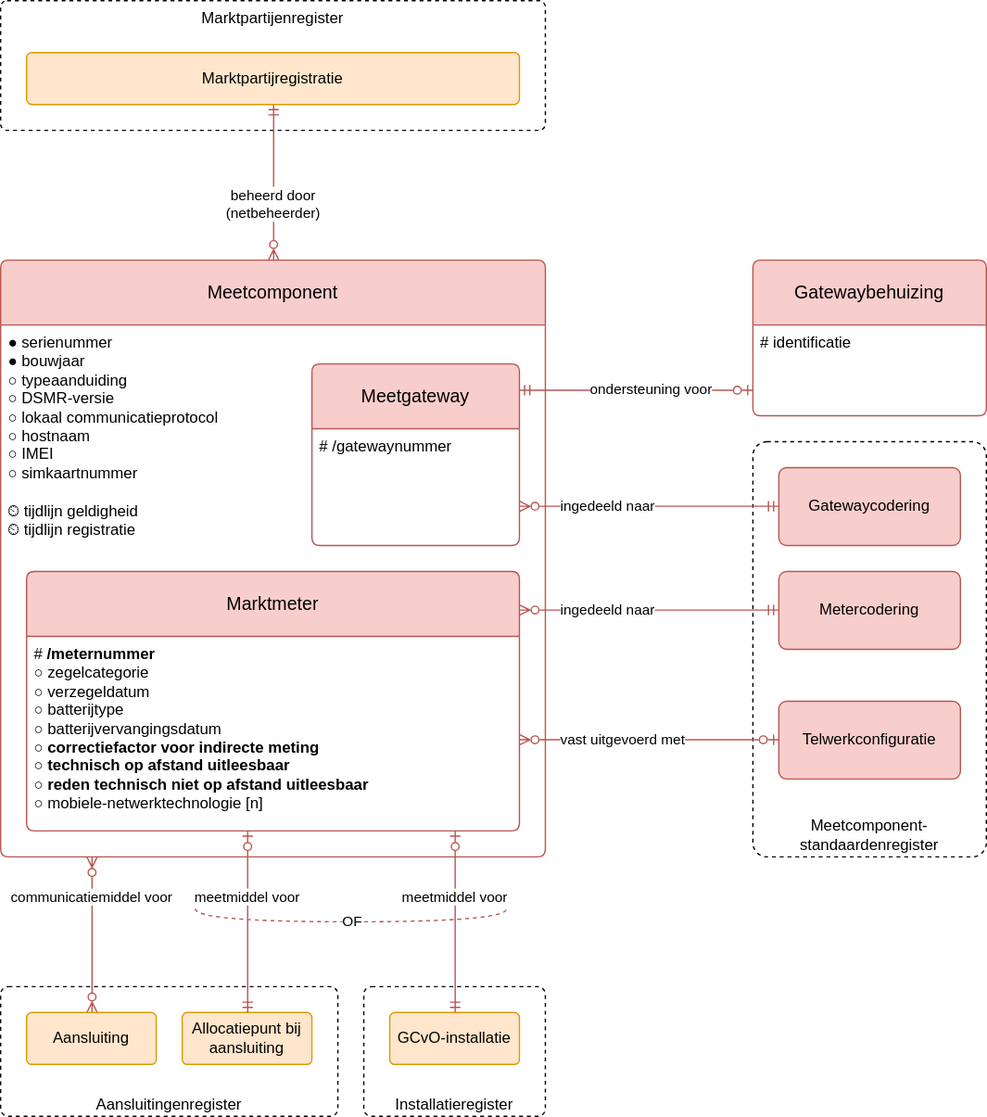
The draw.io diagram modellen/registers/meetcomponentenregister/1.0.0/model.drawio.svg in sefanja/nbnl-conceptuele-informatiemodellen, before a commit. Source tidied: cells renumbered, new cells last; positions are measured from the earlier drawing's top-left corner, leaving out a move shared by most shapes.
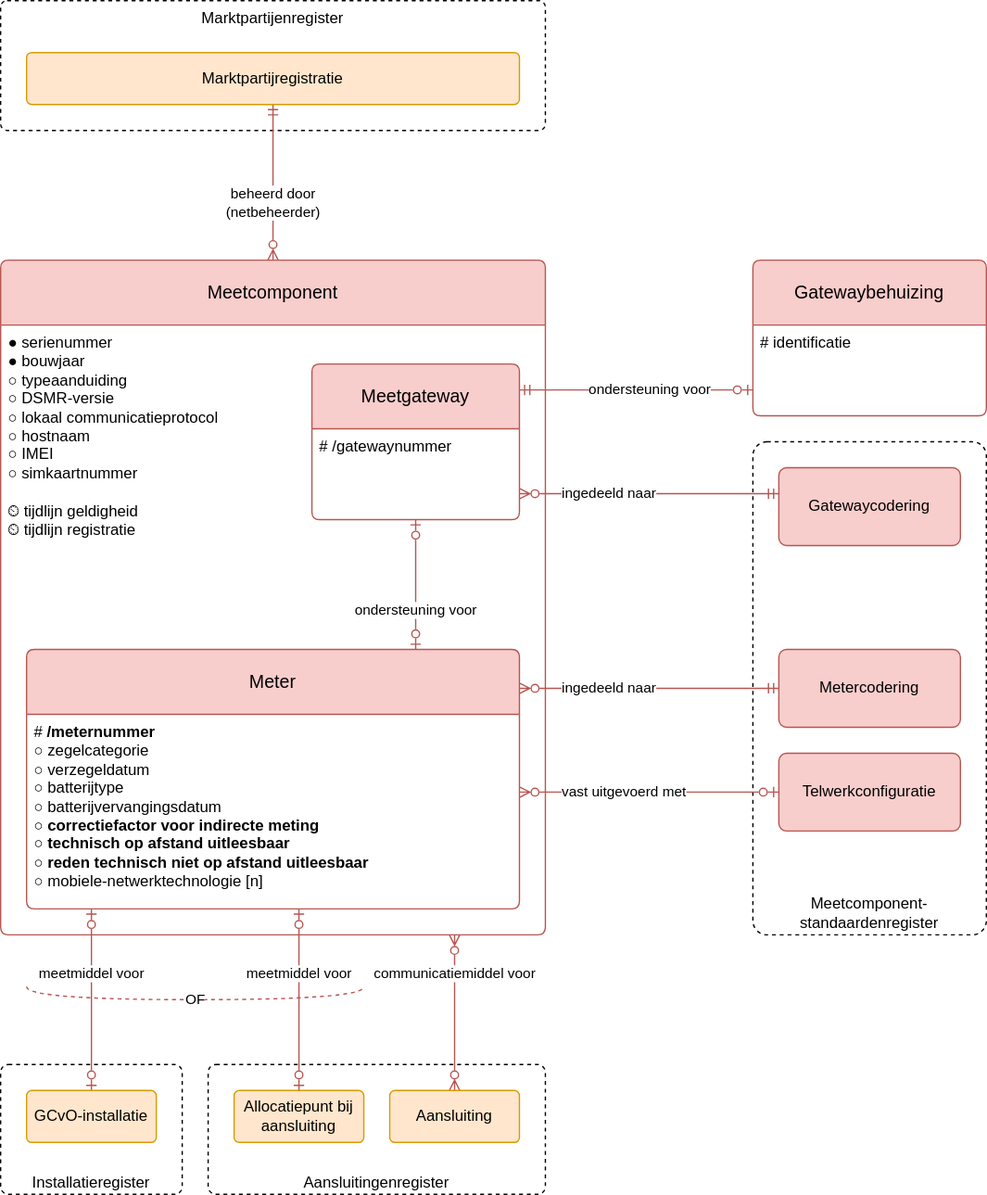
After the change.

Commit message:
geen marktmeters

The edit, as a diff of the source:
```diff
@@ -3,9 +3,9 @@
     <mxCell id="0" />
     <mxCell id="1" parent="0" />
     <mxCell id="2" value="Meetcomponent-standaardenregister" style="rounded=1;whiteSpace=wrap;html=1;dashed=1;verticalAlign=bottom;arcSize=6;" parent="1" vertex="1">
-      <mxGeometry x="580" y="340" width="180" height="320" as="geometry" />
+      <mxGeometry x="1460" y="340" width="180" height="380" as="geometry" />
     </mxCell>
-    <mxCell id="3" value="vast uitgevoerd&amp;nbsp;&lt;span style=&quot;background-color: light-dark(#ffffff, var(--ge-dark-color, #121212)); color: light-dark(rgb(0, 0, 0), rgb(255, 255, 255));&quot;&gt;met&lt;/span&gt;" style="endArrow=ERzeroToOne;html=1;rounded=0;startArrow=ERzeroToMany;startFill=0;endFill=0;edgeStyle=elbowEdgeStyle;align=left;fillColor=#f8cecc;strokeColor=#b85450;elbow=vertical;" parent="1" edge="1" source="9" target="26">
+    <mxCell id="3" value="vast uitgevoerd&amp;nbsp;&lt;span style=&quot;background-color: light-dark(#ffffff, var(--ge-dark-color, #121212)); color: light-dark(rgb(0, 0, 0), rgb(255, 255, 255));&quot;&gt;met&lt;/span&gt;" style="endArrow=ERzeroToOne;html=1;rounded=0;startArrow=ERzeroToMany;startFill=0;endFill=0;edgeStyle=elbowEdgeStyle;align=left;fillColor=#f8cecc;strokeColor=#b85450;elbow=vertical;" parent="1" edge="1" source="30" target="26">
       <mxGeometry x="-0.7" relative="1" as="geometry">
         <mxPoint x="1" as="offset" />
       </mxGeometry>
@@ -15,83 +15,83 @@
         <mxPoint x="1" as="offset" />
       </mxGeometry>
     </mxCell>
-    <mxCell id="5" value="ingedeeld naar" style="edgeStyle=elbowEdgeStyle;fontSize=11;html=1;endArrow=ERmandOne;startArrow=ERzeroToMany;rounded=0;endFill=0;fontStyle=0;align=left;startFill=0;fillColor=#f8cecc;strokeColor=#b85450;elbow=vertical;" parent="1" edge="1" source="9" target="25">
+    <mxCell id="5" value="ingedeeld naar" style="edgeStyle=elbowEdgeStyle;fontSize=11;html=1;endArrow=ERmandOne;startArrow=ERzeroToMany;rounded=0;endFill=0;fontStyle=0;align=left;startFill=0;fillColor=#f8cecc;strokeColor=#b85450;elbow=vertical;" parent="1" edge="1" source="30" target="25">
       <mxGeometry x="-0.7" relative="1" as="geometry">
         <mxPoint x="1" as="offset" />
       </mxGeometry>
     </mxCell>
     <mxCell id="6" value="Meetcomponent" style="swimlane;horizontal=1;startSize=50;rounded=1;fontSize=14;fontStyle=0;strokeWidth=1;shadow=0;dashed=0;align=center;fillColor=#f8cecc;strokeColor=#b85450;arcSize=4;whiteSpace=wrap;html=1;" parent="1" vertex="1">
-      <mxGeometry y="200" width="420" height="460" as="geometry" />
+      <mxGeometry x="880" y="200" width="420" height="520" as="geometry" />
     </mxCell>
     <mxCell id="7" value="●&amp;nbsp;serienummer&lt;br&gt;●&amp;nbsp;bouwjaar&lt;br&gt;&lt;div&gt;&lt;/div&gt;&lt;div&gt;○ typeaanduiding&lt;span style=&quot;background-color: transparent; color: light-dark(rgb(0, 0, 0), rgb(255, 255, 255));&quot;&gt;&lt;/span&gt;&lt;/div&gt;&lt;div&gt;&lt;span style=&quot;background-color: transparent; color: light-dark(rgb(0, 0, 0), rgb(255, 255, 255));&quot;&gt;○ DSMR-versie&lt;/span&gt;&lt;/div&gt;&lt;div&gt;&lt;span style=&quot;background-color: transparent; color: light-dark(rgb(0, 0, 0), rgb(255, 255, 255));&quot;&gt;○&amp;nbsp;&lt;/span&gt;&lt;span style=&quot;background-color: transparent; color: light-dark(rgb(0, 0, 0), rgb(255, 255, 255));&quot;&gt;lokaal communicatieprotocol&lt;/span&gt;&lt;/div&gt;&lt;div&gt;&lt;span style=&quot;background-color: transparent; color: light-dark(rgb(0, 0, 0), rgb(255, 255, 255));&quot;&gt;○ hostnaam&lt;/span&gt;&lt;/div&gt;&lt;div&gt;&lt;span style=&quot;background-color: transparent; color: light-dark(rgb(0, 0, 0), rgb(255, 255, 255));&quot;&gt;○ IMEI&lt;/span&gt;&lt;/div&gt;&lt;div&gt;&lt;div&gt;&lt;span style=&quot;background-color: transparent; color: light-dark(rgb(0, 0, 0), rgb(255, 255, 255));&quot;&gt;○&amp;nbsp;simkaartnummer&lt;/span&gt;&lt;/div&gt;&lt;/div&gt;&lt;div&gt;&lt;span style=&quot;background-color: transparent; color: light-dark(rgb(0, 0, 0), rgb(255, 255, 255));&quot;&gt;&lt;br&gt;&lt;/span&gt;&lt;/div&gt;&lt;div&gt;&lt;span style=&quot;background-color: transparent;&quot;&gt;⏲ tijdlijn geldigheid&lt;/span&gt;&lt;/div&gt;&lt;div&gt;⏲ tijdlijn registratie&lt;span style=&quot;background-color: transparent;&quot;&gt;&lt;/span&gt;&lt;/div&gt;" style="align=left;strokeColor=none;fillColor=none;spacingLeft=4;fontSize=12;verticalAlign=top;fontStyle=0;html=1;" parent="6" vertex="1">
-      <mxGeometry y="50" width="420" height="410" as="geometry" />
+      <mxGeometry y="50" width="420" height="470" as="geometry" />
     </mxCell>
     <mxCell id="8" value="Aansluitingenregister" style="rounded=1;whiteSpace=wrap;html=1;dashed=1;verticalAlign=bottom;arcSize=6;" parent="1" vertex="1">
-      <mxGeometry y="760" width="260" height="100" as="geometry" />
+      <mxGeometry x="1040" y="820" width="260" height="100" as="geometry" />
     </mxCell>
-    <mxCell id="9" value="Marktmeter" style="swimlane;horizontal=1;startSize=50;rounded=1;fontSize=14;fontStyle=0;strokeWidth=1;shadow=0;dashed=0;align=center;fillColor=#f8cecc;strokeColor=#b85450;arcSize=4;whiteSpace=wrap;html=1;" parent="1" vertex="1">
-      <mxGeometry x="20" y="440" width="380" height="200" as="geometry" />
-    </mxCell>
+    <mxCell id="30" value="Meter" style="swimlane;horizontal=1;startSize=50;rounded=1;fontSize=14;fontStyle=0;strokeWidth=1;shadow=0;dashed=0;align=center;fillColor=#f8cecc;strokeColor=#b85450;arcSize=4;whiteSpace=wrap;html=1;" parent="1" vertex="1">
+      <mxGeometry x="900" y="500" width="380" height="200" as="geometry" />
+    </mxCell>
-    <mxCell id="10" value="&lt;div&gt;# &lt;b&gt;/meternummer&lt;/b&gt;&lt;/div&gt;&lt;div&gt;&lt;div&gt;&lt;span style=&quot;background-color: initial; color: light-dark(rgb(0, 0, 0), rgb(255, 255, 255));&quot;&gt;○ zegelcategorie&lt;/span&gt;&lt;/div&gt;&lt;div&gt;○ verzegeldatum&lt;/div&gt;&lt;/div&gt;&lt;div&gt;&lt;span style=&quot;background-color: transparent; color: light-dark(rgb(0, 0, 0), rgb(255, 255, 255));&quot;&gt;○ batterijtype&lt;/span&gt;&lt;/div&gt;&lt;div&gt;&lt;div&gt;○ batterijvervangingsdatum&lt;/div&gt;&lt;/div&gt;&lt;div&gt;&lt;span style=&quot;background-color: transparent; color: light-dark(rgb(0, 0, 0), rgb(255, 255, 255));&quot;&gt;○&amp;nbsp;&lt;/span&gt;&lt;b style=&quot;background-color: transparent; color: light-dark(rgb(0, 0, 0), rgb(255, 255, 255));&quot;&gt;correctiefactor&amp;nbsp;voor indirecte meting&lt;/b&gt;&lt;/div&gt;&lt;div&gt;&lt;div&gt;&lt;div&gt;&lt;span style=&quot;background-color: transparent; color: light-dark(rgb(0, 0, 0), rgb(255, 255, 255));&quot;&gt;○&lt;/span&gt;&lt;span style=&quot;background-color: initial; color: light-dark(rgb(0, 0, 0), rgb(255, 255, 255));&quot;&gt;&amp;nbsp;&lt;/span&gt;&lt;span style=&quot;background-color: initial; color: light-dark(rgb(0, 0, 0), rgb(255, 255, 255));&quot;&gt;&lt;b&gt;technisch op afstand uitleesbaar&lt;/b&gt;&lt;/span&gt;&lt;/div&gt;&lt;div&gt;○&amp;nbsp;&lt;b&gt;reden technisch niet op afstand&amp;nbsp;&lt;span style=&quot;background-color: transparent; color: light-dark(rgb(0, 0, 0), rgb(255, 255, 255));&quot;&gt;uitleesbaar&lt;/span&gt;&lt;/b&gt;&lt;/div&gt;&lt;/div&gt;&lt;/div&gt;&lt;div&gt;&lt;div&gt;&lt;span style=&quot;background-color: transparent; color: light-dark(rgb(0, 0, 0), rgb(255, 255, 255));&quot;&gt;○&lt;/span&gt;&amp;nbsp;mobiele-netwerktechnologie [n]&lt;/div&gt;&lt;/div&gt;" style="align=left;strokeColor=none;fillColor=none;spacingLeft=4;fontSize=12;verticalAlign=top;fontStyle=0;html=1;" parent="9" vertex="1">
+    <mxCell id="10" value="&lt;div&gt;# &lt;b&gt;/meternummer&lt;/b&gt;&lt;/div&gt;&lt;div&gt;&lt;div&gt;&lt;span style=&quot;background-color: initial; color: light-dark(rgb(0, 0, 0), rgb(255, 255, 255));&quot;&gt;○ zegelcategorie&lt;/span&gt;&lt;/div&gt;&lt;div&gt;○ verzegeldatum&lt;/div&gt;&lt;/div&gt;&lt;div&gt;&lt;span style=&quot;background-color: transparent; color: light-dark(rgb(0, 0, 0), rgb(255, 255, 255));&quot;&gt;○ batterijtype&lt;/span&gt;&lt;/div&gt;&lt;div&gt;&lt;div&gt;○ batterijvervangingsdatum&lt;/div&gt;&lt;/div&gt;&lt;div&gt;&lt;span style=&quot;background-color: transparent; color: light-dark(rgb(0, 0, 0), rgb(255, 255, 255));&quot;&gt;○&amp;nbsp;&lt;/span&gt;&lt;b style=&quot;background-color: transparent; color: light-dark(rgb(0, 0, 0), rgb(255, 255, 255));&quot;&gt;correctiefactor&amp;nbsp;voor indirecte meting&lt;/b&gt;&lt;/div&gt;&lt;div&gt;&lt;div&gt;&lt;div&gt;&lt;span style=&quot;background-color: transparent; color: light-dark(rgb(0, 0, 0), rgb(255, 255, 255));&quot;&gt;○&lt;/span&gt;&lt;span style=&quot;background-color: initial; color: light-dark(rgb(0, 0, 0), rgb(255, 255, 255));&quot;&gt;&amp;nbsp;&lt;/span&gt;&lt;span style=&quot;background-color: initial; color: light-dark(rgb(0, 0, 0), rgb(255, 255, 255));&quot;&gt;&lt;b&gt;technisch op afstand uitleesbaar&lt;/b&gt;&lt;/span&gt;&lt;/div&gt;&lt;div&gt;○&amp;nbsp;&lt;b&gt;reden technisch niet op afstand&amp;nbsp;&lt;span style=&quot;background-color: transparent; color: light-dark(rgb(0, 0, 0), rgb(255, 255, 255));&quot;&gt;uitleesbaar&lt;/span&gt;&lt;/b&gt;&lt;/div&gt;&lt;/div&gt;&lt;/div&gt;&lt;div&gt;&lt;div&gt;&lt;span style=&quot;background-color: transparent; color: light-dark(rgb(0, 0, 0), rgb(255, 255, 255));&quot;&gt;○&lt;/span&gt;&amp;nbsp;mobiele-netwerktechnologie [n]&lt;/div&gt;&lt;/div&gt;" style="align=left;strokeColor=none;fillColor=none;spacingLeft=4;fontSize=12;verticalAlign=top;fontStyle=0;html=1;" parent="30" vertex="1">
       <mxGeometry y="50" width="380" height="150" as="geometry" />
     </mxCell>
     <mxCell id="11" value="Installatieregister" style="rounded=1;whiteSpace=wrap;html=1;dashed=1;verticalAlign=bottom;arcSize=6;" parent="1" vertex="1">
-      <mxGeometry x="280" y="760" width="140" height="100" as="geometry" />
+      <mxGeometry x="880" y="820" width="140" height="100" as="geometry" />
     </mxCell>
-    <mxCell id="12" value="meetmiddel voor" style="edgeStyle=elbowEdgeStyle;fontSize=11;html=1;endArrow=ERmandOne;startArrow=ERzeroToOne;rounded=0;startFill=0;align=center;endFill=0;fontStyle=0;fillColor=#f8cecc;strokeColor=#b85450;" parent="1" edge="1" source="9" target="16">
-      <mxGeometry x="-0.29" relative="1" as="geometry" />
-    </mxCell>
+    <mxCell id="31" value="meetmiddel voor" style="edgeStyle=elbowEdgeStyle;fontSize=11;html=1;endArrow=ERzeroToOne;startArrow=ERzeroToOne;rounded=0;startFill=0;align=center;endFill=0;fontStyle=0;fillColor=#f8cecc;strokeColor=#b85450;" parent="1" edge="1" source="30" target="16">
+      <mxGeometry x="-0.29" relative="1" as="geometry" />
+    </mxCell>
     <mxCell id="13" value="Marktpartijenregister" style="rounded=1;whiteSpace=wrap;html=1;verticalAlign=top;sketch=0;fontSize=12;dashed=1;arcSize=5;" parent="1" vertex="1">
-      <mxGeometry width="420" height="100" as="geometry" />
+      <mxGeometry x="880" width="420" height="100" as="geometry" />
     </mxCell>
     <mxCell id="14" value="beheerd door&lt;div&gt;(netbeheerder)&lt;/div&gt;" style="endArrow=ERmandOne;html=1;rounded=0;startArrow=ERzeroToMany;startFill=0;endFill=0;align=center;edgeStyle=elbowEdgeStyle;fillColor=#f8cecc;strokeColor=#b85450;" parent="1" edge="1" source="6" target="17">
       <mxGeometry x="-0.27" relative="1" as="geometry" />
     </mxCell>
     <mxCell id="15" value="Allocatiepunt bij aansluiting" style="rounded=1;arcSize=10;whiteSpace=wrap;html=1;align=center;fillColor=#ffe6cc;strokeColor=#d79b00;" parent="1" vertex="1">
-      <mxGeometry x="140" y="780" width="100" height="40" as="geometry" />
+      <mxGeometry x="1060" y="840" width="100" height="40" as="geometry" />
     </mxCell>
     <mxCell id="16" value="GCvO-installatie" style="rounded=1;arcSize=10;whiteSpace=wrap;html=1;align=center;fillColor=#ffe6cc;strokeColor=#d79b00;" parent="1" vertex="1">
-      <mxGeometry x="300" y="780" width="100" height="40" as="geometry" />
+      <mxGeometry x="900" y="840" width="100" height="40" as="geometry" />
     </mxCell>
     <mxCell id="17" value="Marktpartijregistratie" style="rounded=1;arcSize=10;whiteSpace=wrap;html=1;align=center;fillColor=#ffe6cc;strokeColor=#d79b00;" parent="1" vertex="1">
-      <mxGeometry x="20" y="40" width="380" height="40" as="geometry" />
+      <mxGeometry x="900" y="40" width="380" height="40" as="geometry" />
     </mxCell>
-    <mxCell id="18" value="meetmiddel voor" style="edgeStyle=elbowEdgeStyle;fontSize=11;html=1;endArrow=ERmandOne;startArrow=ERzeroToOne;rounded=0;startFill=0;align=center;endFill=0;jumpStyle=none;fontStyle=0;fillColor=#f8cecc;strokeColor=#b85450;" parent="1" edge="1" source="9" target="15">
-      <mxGeometry x="-0.29" relative="1" as="geometry" />
-    </mxCell>
+    <mxCell id="32" value="meetmiddel voor" style="edgeStyle=elbowEdgeStyle;fontSize=11;html=1;endArrow=ERzeroToOne;startArrow=ERzeroToOne;rounded=0;startFill=0;align=center;endFill=0;jumpStyle=none;fontStyle=0;fillColor=#f8cecc;strokeColor=#b85450;" parent="1" edge="1" source="30" target="15">
+      <mxGeometry x="-0.29" relative="1" as="geometry" />
+    </mxCell>
     <mxCell id="19" value="OF" style="endArrow=none;html=1;rounded=0;edgeStyle=orthogonalEdgeStyle;noJump=0;orthogonalLoop=0;orthogonal=0;strokeColor=#b85450;dashed=1;jumpStyle=arc;jumpSize=12;curved=1;fillColor=#f8cecc;" parent="1" edge="1">
       <mxGeometry relative="1" as="geometry">
-        <mxPoint x="150" y="700" as="sourcePoint" />
-        <mxPoint x="390" y="700" as="targetPoint" />
+        <mxPoint x="900" y="760" as="sourcePoint" />
+        <mxPoint x="1160" y="760" as="targetPoint" />
         <Array as="points">
-          <mxPoint x="150" y="710" />
-          <mxPoint x="390" y="710" />
+          <mxPoint x="900" y="770" />
+          <mxPoint x="1160" y="770" />
         </Array>
       </mxGeometry>
     </mxCell>
     <mxCell id="20" value="&lt;div&gt;Meetgateway&lt;/div&gt;" style="swimlane;horizontal=1;startSize=50;rounded=1;fontSize=14;fontStyle=0;strokeWidth=1;shadow=0;dashed=0;align=center;fillColor=#f8cecc;strokeColor=#b85450;arcSize=4;whiteSpace=wrap;html=1;" parent="1" vertex="1">
-      <mxGeometry x="240" y="280" width="160" height="140" as="geometry" />
+      <mxGeometry x="1120" y="280" width="160" height="120" as="geometry" />
     </mxCell>
     <mxCell id="21" value="# /gatewaynummer" style="align=left;strokeColor=none;fillColor=none;spacingLeft=4;fontSize=12;verticalAlign=top;fontStyle=0;html=1;" parent="20" vertex="1">
-      <mxGeometry y="50" width="160" height="90" as="geometry" />
+      <mxGeometry y="50" width="160" height="70" as="geometry" />
     </mxCell>
     <mxCell id="22" value="communicatiemiddel voor" style="edgeStyle=elbowEdgeStyle;fontSize=11;html=1;endArrow=ERzeroToMany;startArrow=ERzeroToMany;rounded=0;startFill=0;align=center;endFill=0;jumpStyle=none;fontStyle=0;fillColor=#f8cecc;strokeColor=#b85450;" parent="1" edge="1" source="6" target="23">
       <mxGeometry x="-0.5" relative="1" as="geometry" />
     </mxCell>
     <mxCell id="23" value="Aansluiting" style="rounded=1;arcSize=10;whiteSpace=wrap;html=1;align=center;fillColor=#ffe6cc;strokeColor=#d79b00;" parent="1" vertex="1">
-      <mxGeometry x="20" y="780" width="100" height="40" as="geometry" />
+      <mxGeometry x="1180" y="840" width="100" height="40" as="geometry" />
     </mxCell>
     <mxCell id="24" value="Gatewaycodering" style="rounded=1;arcSize=10;whiteSpace=wrap;html=1;align=center;fillColor=#f8cecc;verticalAlign=middle;strokeColor=#b85450;" parent="1" vertex="1">
-      <mxGeometry x="600" y="360" width="140" height="60" as="geometry" />
+      <mxGeometry x="1480" y="360" width="140" height="60" as="geometry" />
     </mxCell>
     <mxCell id="25" value="Metercodering" style="rounded=1;arcSize=10;whiteSpace=wrap;html=1;align=center;fillColor=#f8cecc;verticalAlign=middle;strokeColor=#b85450;" parent="1" vertex="1">
-      <mxGeometry x="600" y="440" width="140" height="60" as="geometry" />
+      <mxGeometry x="1480" y="500" width="140" height="60" as="geometry" />
     </mxCell>
     <mxCell id="26" value="Telwerkconfiguratie" style="rounded=1;arcSize=10;whiteSpace=wrap;html=1;align=center;fillColor=#f8cecc;verticalAlign=middle;strokeColor=#b85450;" parent="1" vertex="1">
-      <mxGeometry x="600" y="540" width="140" height="60" as="geometry" />
+      <mxGeometry x="1480" y="580" width="140" height="60" as="geometry" />
     </mxCell>
     <mxCell id="27" value="&lt;div&gt;Gatewaybehuizing&lt;/div&gt;" style="swimlane;horizontal=1;startSize=50;rounded=1;fontSize=14;fontStyle=0;strokeWidth=1;shadow=0;dashed=0;align=center;fillColor=#f8cecc;strokeColor=#b85450;arcSize=4;whiteSpace=wrap;html=1;" parent="1" vertex="1">
-      <mxGeometry x="580" y="200" width="180" height="120" as="geometry" />
+      <mxGeometry x="1460" y="200" width="180" height="120" as="geometry" />
     </mxCell>
     <mxCell id="28" value="# identificatie" style="align=left;strokeColor=none;fillColor=none;spacingLeft=4;fontSize=12;verticalAlign=top;fontStyle=0;html=1;" parent="27" vertex="1">
       <mxGeometry y="50" width="180" height="70" as="geometry" />
@@ -101,5 +101,8 @@
         <mxPoint x="-1" as="offset" />
       </mxGeometry>
     </mxCell>
+    <mxCell id="33" value="ondersteuning voor" style="endArrow=ERzeroToOne;html=1;rounded=0;endFill=0;startArrow=ERzeroToOne;startFill=0;fillColor=#f8cecc;strokeColor=#b85450;edgeStyle=elbowEdgeStyle;align=center;" parent="1" edge="1" source="30" target="20">
+      <mxGeometry x="-0.4" relative="1" as="geometry" />
+    </mxCell>
   </root>
 </mxGraphModel>
```
